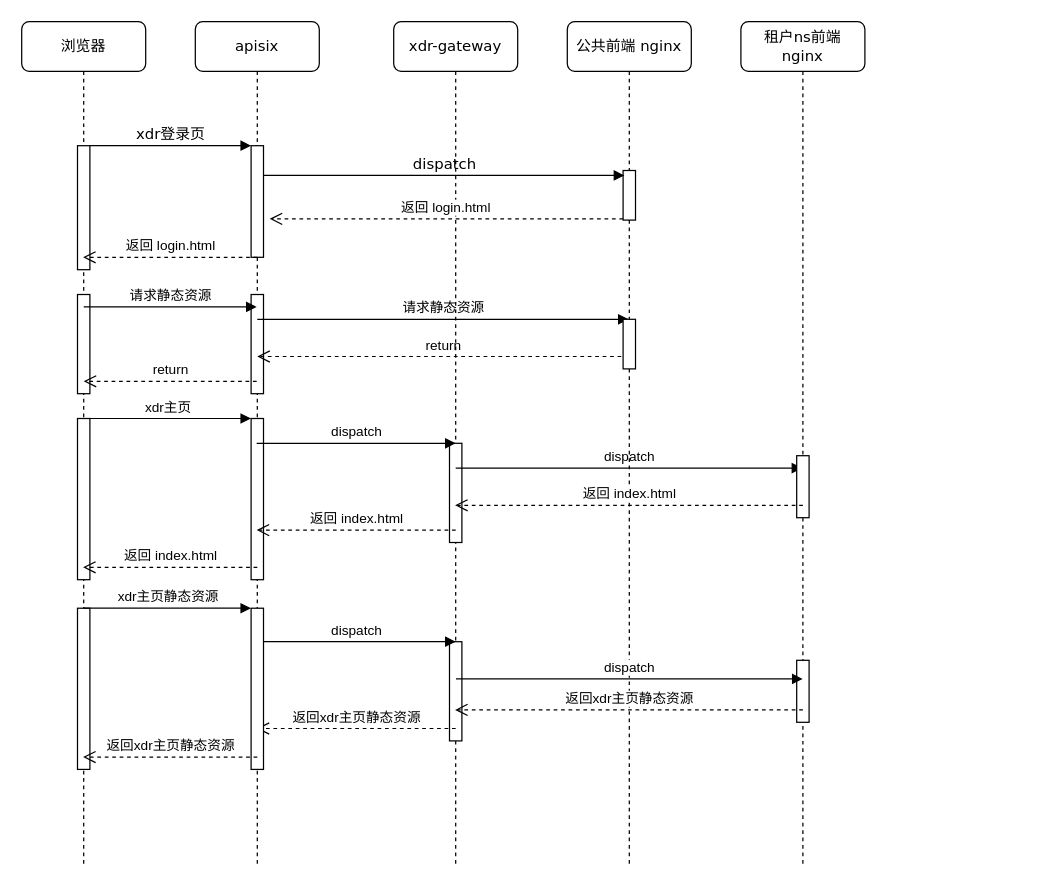
Above: sxf-front-end-optimize-publish/saas dev 前端调用链路优化方案二.drawio in doukangtai/draw.io (draw.io), before the change. Source tidied: cells renumbered, new cells numbered last; positions are measured from the earlier drawing's top-left corner, leaving out a move shared by most shapes. Both pictures are drawn from the tidied source at 124%, with x=0, y=0 at pixel (21, 21).
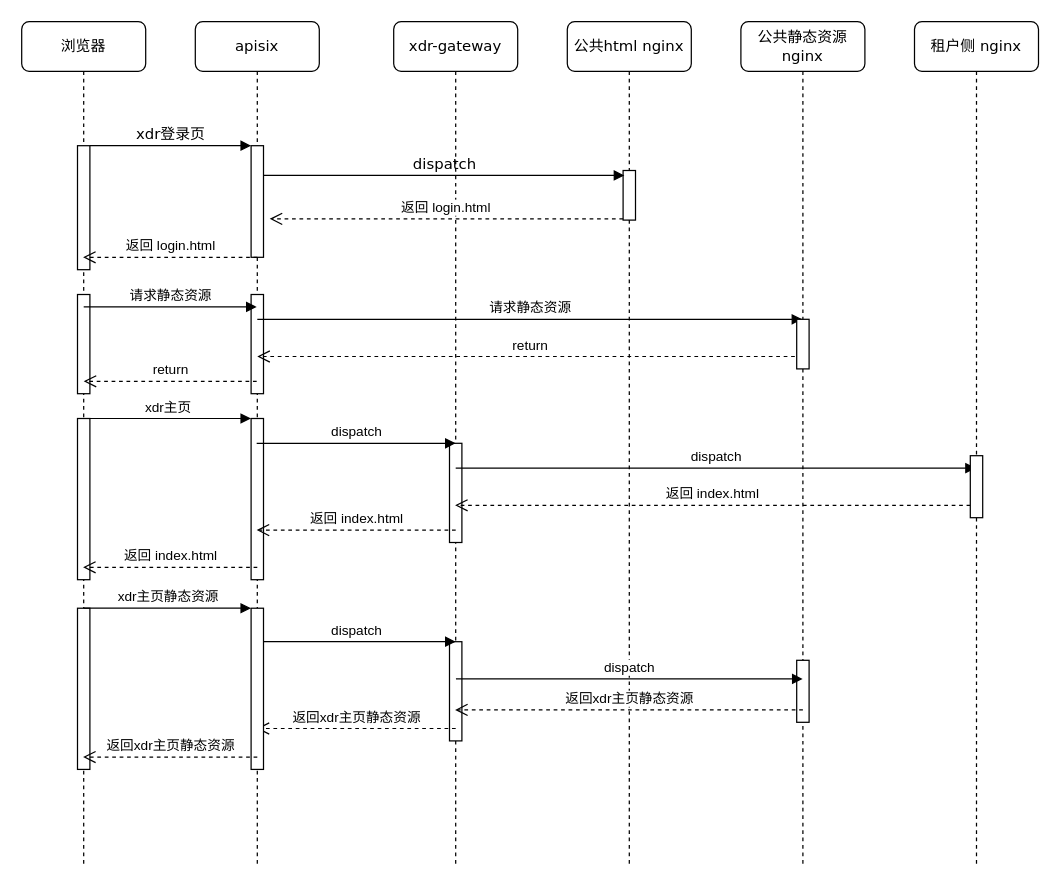
Above is the later version.

Commit message:
V1更新saas dev 前端调用链路优化方案二.drawio

Unchanged cells that the change refers to:
```xml
<mxCell id="2" value="apisix" style="shape=umlLifeline;perimeter=lifelinePerimeter;whiteSpace=wrap;html=1;outlineConnect=0;rounded=1;shadow=0;comic=0;labelBackgroundColor=none;strokeWidth=1;fontFamily=Verdana;fontSize=12;align=center;" parent="1" vertex="1">
  <mxGeometry x="140" width="100" height="680" as="geometry" />
</mxCell>
<mxCell id="7" value="xdr-gateway" style="shape=umlLifeline;perimeter=lifelinePerimeter;whiteSpace=wrap;html=1;outlineConnect=0;rounded=1;shadow=0;comic=0;labelBackgroundColor=none;strokeWidth=1;fontFamily=Verdana;fontSize=12;align=center;" parent="1" vertex="1">
  <mxGeometry x="300" width="100" height="680" as="geometry" />
</mxCell>
```

Diff of the diagram source:
```diff
@@
-    <mxCell id="5" value="请求静态资源" style="html=1;verticalAlign=bottom;endArrow=block;edgeStyle=elbowEdgeStyle;elbow=vertical;curved=0;rounded=0;" parent="2" edge="1" target="13">
+    <mxCell id="5" value="请求静态资源" style="html=1;verticalAlign=bottom;endArrow=block;edgeStyle=elbowEdgeStyle;elbow=vertical;curved=0;rounded=0;" parent="2" edge="1" target="16">
       <mxGeometry relative="1" as="geometry">
         <mxPoint x="50" y="240" as="sourcePoint" />
       </mxGeometry>
     </mxCell>
-    <mxCell id="6" value="return" style="html=1;verticalAlign=bottom;endArrow=open;dashed=1;endSize=8;edgeStyle=elbowEdgeStyle;elbow=vertical;curved=0;rounded=0;" parent="2" edge="1" source="13">
+    <mxCell id="6" value="return" style="html=1;verticalAlign=bottom;endArrow=open;dashed=1;endSize=8;edgeStyle=elbowEdgeStyle;elbow=vertical;curved=0;rounded=0;" parent="2" edge="1" source="16">
       <mxGeometry relative="1" as="geometry">
         <mxPoint x="50" y="270" as="targetPoint" />
       </mxGeometry>
     </mxCell>
@@
-    <mxCell id="9" value="dispatch" style="html=1;verticalAlign=bottom;endArrow=block;edgeStyle=elbowEdgeStyle;elbow=vertical;curved=0;rounded=0;" parent="7" edge="1" target="16">
+    <mxCell id="9" value="dispatch" style="html=1;verticalAlign=bottom;endArrow=block;edgeStyle=elbowEdgeStyle;elbow=vertical;curved=0;rounded=0;" parent="7" edge="1" target="41">
       <mxGeometry relative="1" as="geometry">
         <mxPoint x="50" y="360" as="sourcePoint" />
       </mxGeometry>
     </mxCell>
@@
-    <mxCell id="13" value="公共前端 nginx" style="shape=umlLifeline;perimeter=lifelinePerimeter;whiteSpace=wrap;html=1;outlineConnect=0;rounded=1;shadow=0;comic=0;labelBackgroundColor=none;strokeWidth=1;fontFamily=Verdana;fontSize=12;align=center;" parent="1" vertex="1">
+    <mxCell id="13" value="公共html nginx" style="shape=umlLifeline;perimeter=lifelinePerimeter;whiteSpace=wrap;html=1;outlineConnect=0;rounded=1;shadow=0;comic=0;labelBackgroundColor=none;strokeWidth=1;fontFamily=Verdana;fontSize=12;align=center;" parent="1" vertex="1">
       <mxGeometry x="440" width="100" height="680" as="geometry" />
     </mxCell>
@@
-    <mxCell id="15" style="html=1;perimeter=orthogonalPerimeter;targetShapes=umlLifeline;newEdgeStyle={&quot;edgeStyle&quot;:&quot;elbowEdgeStyle&quot;,&quot;elbow&quot;:&quot;vertical&quot;,&quot;curved&quot;:0,&quot;rounded&quot;:0};" parent="13" vertex="1">
-      <mxGeometry x="45" y="240" width="10" height="40" as="geometry" />
-    </mxCell>
-    <mxCell id="16" value="租户ns前端 nginx" style="shape=umlLifeline;perimeter=lifelinePerimeter;whiteSpace=wrap;html=1;outlineConnect=0;rounded=1;shadow=0;comic=0;labelBackgroundColor=none;strokeWidth=1;fontFamily=Verdana;fontSize=12;align=center;" parent="1" vertex="1">
+    <mxCell id="16" value="公共静态资源 nginx" style="shape=umlLifeline;perimeter=lifelinePerimeter;whiteSpace=wrap;html=1;outlineConnect=0;rounded=1;shadow=0;comic=0;labelBackgroundColor=none;strokeWidth=1;fontFamily=Verdana;fontSize=12;align=center;" parent="1" vertex="1">
       <mxGeometry x="580" width="100" height="680" as="geometry" />
     </mxCell>
-    <mxCell id="17" style="html=1;points=[];perimeter=orthogonalPerimeter;outlineConnect=0;targetShapes=umlLifeline;portConstraint=eastwest;newEdgeStyle={&quot;edgeStyle&quot;:&quot;elbowEdgeStyle&quot;,&quot;elbow&quot;:&quot;vertical&quot;,&quot;curved&quot;:0,&quot;rounded&quot;:0};" parent="16" vertex="1">
-      <mxGeometry x="45" y="350" width="10" height="50" as="geometry" />
-    </mxCell>
@@
+    <mxCell id="15" style="html=1;perimeter=orthogonalPerimeter;targetShapes=umlLifeline;newEdgeStyle={&quot;edgeStyle&quot;:&quot;elbowEdgeStyle&quot;,&quot;elbow&quot;:&quot;vertical&quot;,&quot;curved&quot;:0,&quot;rounded&quot;:0};" parent="16" vertex="1">
+      <mxGeometry x="45" y="240" width="10" height="40" as="geometry" />
+    </mxCell>
@@
-    <mxCell id="33" value="返回 index.html" style="html=1;verticalAlign=bottom;endArrow=open;dashed=1;endSize=8;edgeStyle=elbowEdgeStyle;elbow=vertical;curved=0;rounded=0;" parent="1" edge="1" target="7">
+    <mxCell id="33" value="返回 index.html" style="html=1;verticalAlign=bottom;endArrow=open;dashed=1;endSize=8;edgeStyle=elbowEdgeStyle;elbow=vertical;curved=0;rounded=0;" parent="1" edge="1" source="17" target="7">
       <mxGeometry relative="1" as="geometry">
-        <mxPoint x="630" y="390" as="sourcePoint" />
+        <Array as="points">
+          <mxPoint x="730" y="390" />
+        </Array>
       </mxGeometry>
     </mxCell>
@@
+    <mxCell id="41" value="租户侧 nginx" style="shape=umlLifeline;perimeter=lifelinePerimeter;whiteSpace=wrap;html=1;outlineConnect=0;rounded=1;shadow=0;comic=0;labelBackgroundColor=none;strokeWidth=1;fontFamily=Verdana;fontSize=12;align=center;" parent="1" vertex="1">
+      <mxGeometry x="720" width="100" height="680" as="geometry" />
+    </mxCell>
+    <mxCell id="17" style="html=1;points=[];perimeter=orthogonalPerimeter;outlineConnect=0;targetShapes=umlLifeline;portConstraint=eastwest;newEdgeStyle={&quot;edgeStyle&quot;:&quot;elbowEdgeStyle&quot;,&quot;elbow&quot;:&quot;vertical&quot;,&quot;curved&quot;:0,&quot;rounded&quot;:0};" parent="41" vertex="1">
+      <mxGeometry x="45" y="350" width="10" height="50" as="geometry" />
+    </mxCell>
```
